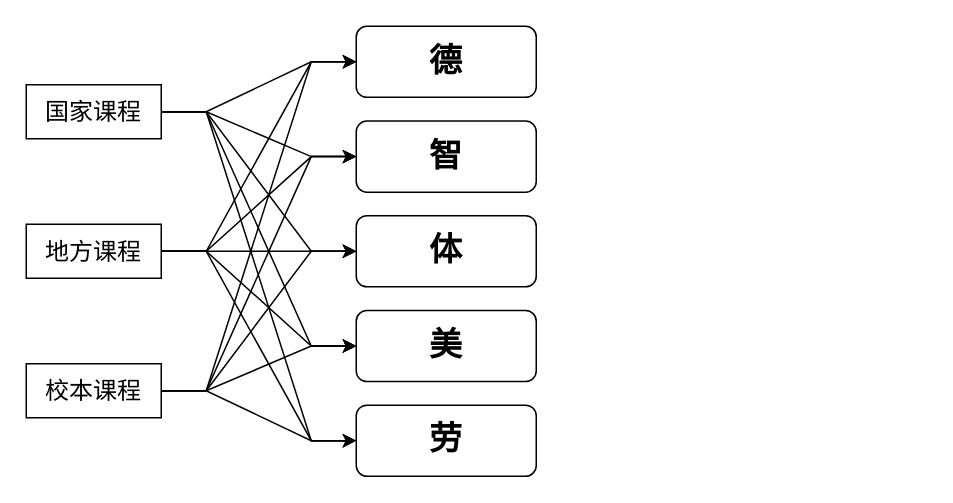
This is 未命名表单.drawio from cmldyu/bourdieu.github.io, a draw.io file, before an edit. Source tidied: cells renumbered, new cells numbered last; positions are measured from the earlier drawing's top-left corner, leaving out a move shared by most shapes. Both pictures are drawn from the tidied source at 150%, with x=0, y=0 at pixel (26, 26).
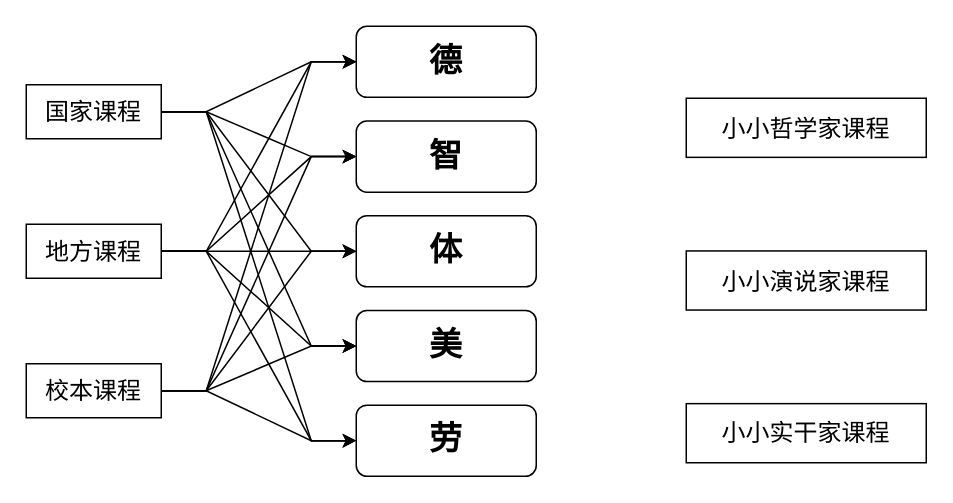
Above is the later version.

Commit message:
更新未命名表单.drawio

Diff of the diagram source:
```diff
@@
+    <mxCell id="27" style="group;" parent="1" vertex="1">
+      <mxGeometry x="440" y="48" width="160" height="243" as="geometry" />
+    </mxCell>
+    <mxCell id="28" style="group;" parent="27" vertex="1">
+      <mxGeometry width="160" height="243" as="geometry" />
+    </mxCell>
+    <mxCell id="29" value="小小哲学家课程" style="rounded=0;whiteSpace=wrap;html=1;fontSize=16;" parent="28" vertex="1">
+      <mxGeometry width="160" height="39.4" as="geometry" />
+    </mxCell>
+    <mxCell id="30" value="小小演说家课程" style="rounded=0;whiteSpace=wrap;html=1;fontSize=16;" parent="28" vertex="1">
+      <mxGeometry y="101.8" width="160" height="39.4" as="geometry" />
+    </mxCell>
+    <mxCell id="31" value="小小实干家课程" style="rounded=0;whiteSpace=wrap;html=1;fontSize=16;" parent="28" vertex="1">
+      <mxGeometry y="203.6" width="160" height="39.4" as="geometry" />
+    </mxCell>
```
